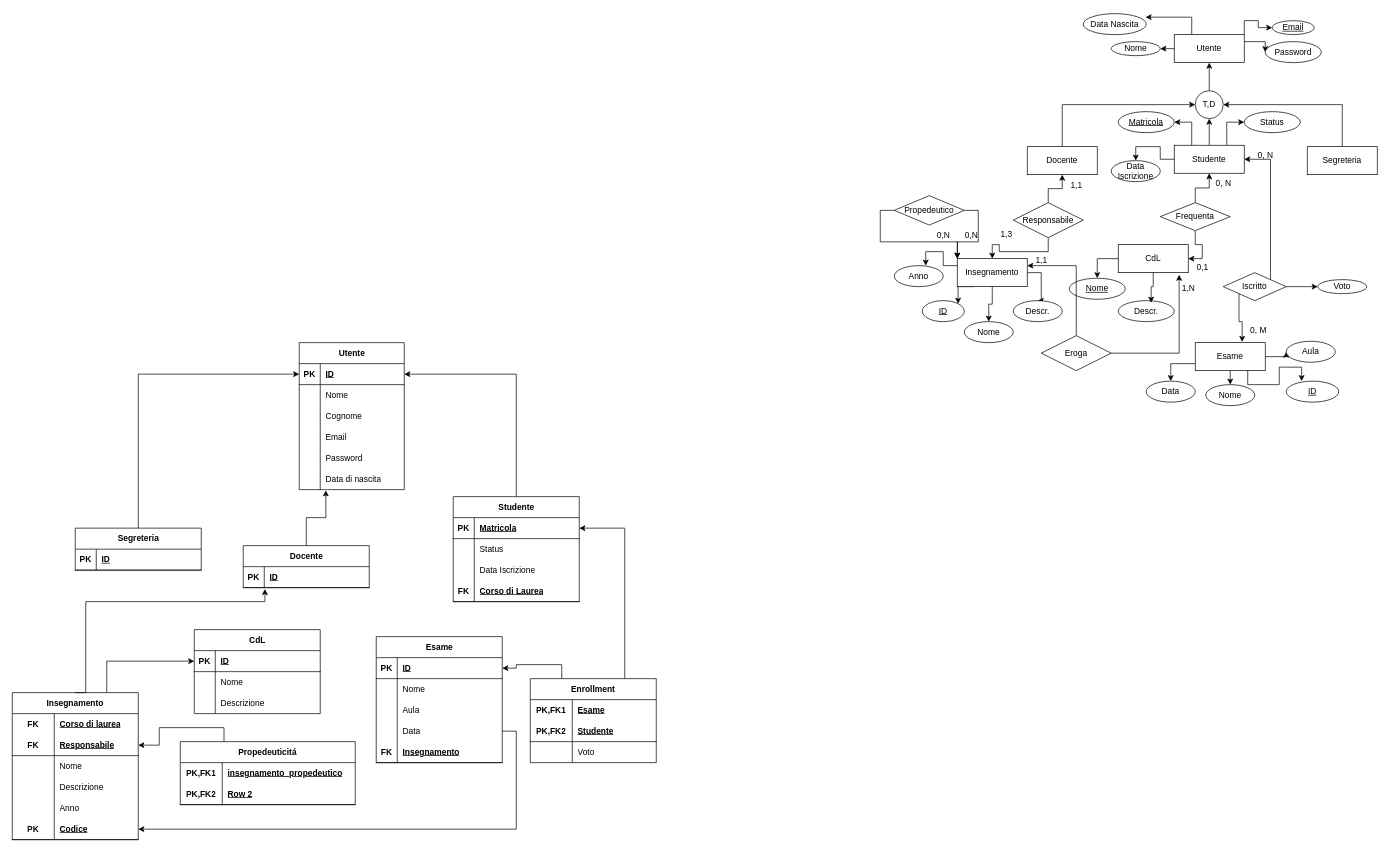
Before: docs/lampredotto.drawio in heph2/lampredotto, a draw.io diagram. Source tidied: cells renumbered, new cells numbered last; positions are measured from the earlier drawing's top-left corner, leaving out a move shared by most shapes. Both pictures are drawn from the tidied source at 70%, with x=0, y=0 at pixel (12, 13).
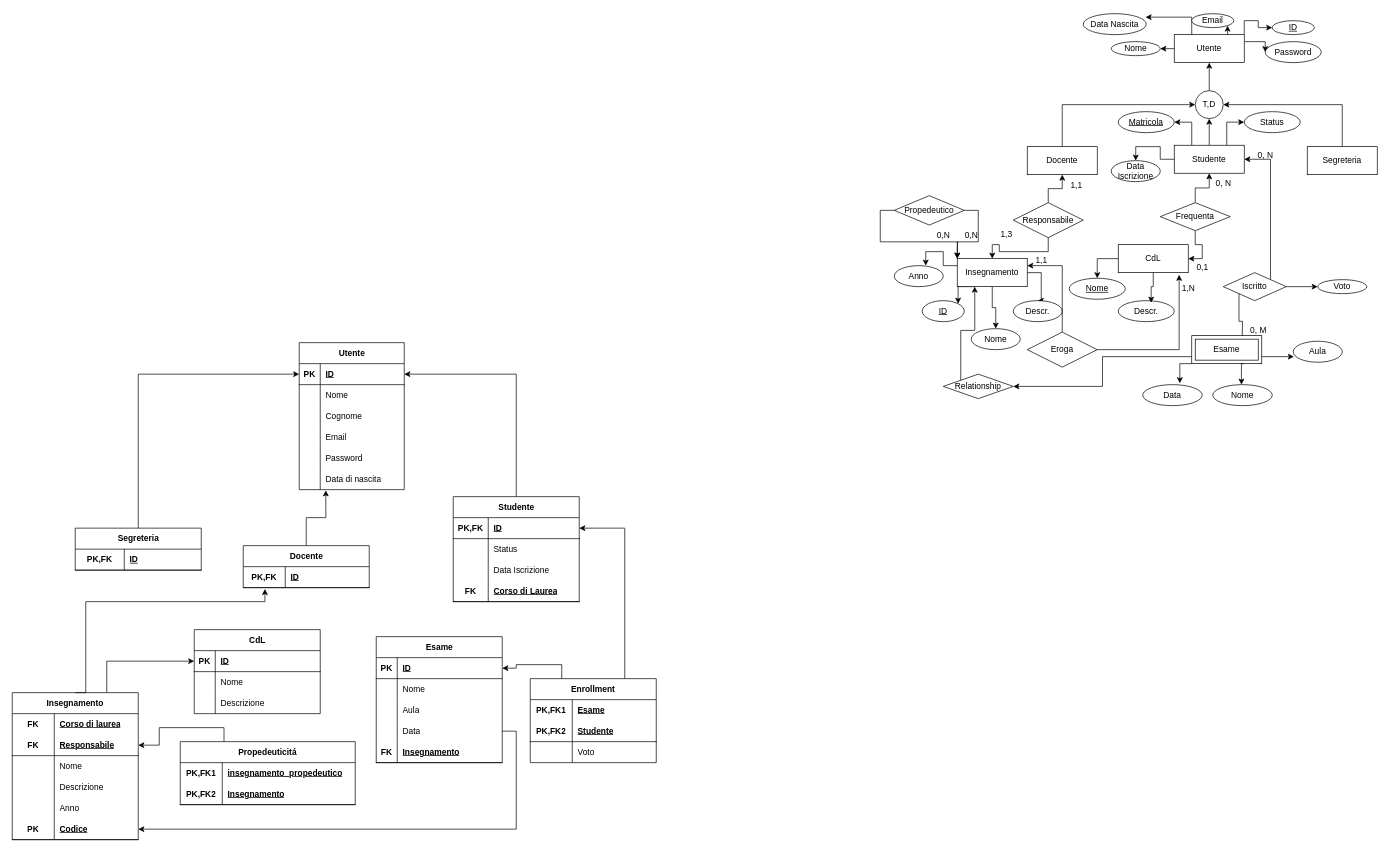
Above is the later version.

The change refers to these unchanged cells:
```xml
<mxCell id="5" value="&lt;div&gt;Utente&lt;/div&gt;" style="whiteSpace=wrap;html=1;align=center;" parent="1" vertex="1">
  <mxGeometry x="1660" y="30" width="100" height="40" as="geometry" />
</mxCell>
<mxCell id="18" value="&lt;div&gt;Insegnamento&lt;/div&gt;" style="whiteSpace=wrap;html=1;align=center;" parent="1" vertex="1">
  <mxGeometry x="1350" y="350" width="100" height="40" as="geometry" />
</mxCell>
<mxCell id="48" value="Iscritto" style="shape=rhombus;perimeter=rhombusPerimeter;whiteSpace=wrap;html=1;align=center;" parent="1" vertex="1">
  <mxGeometry x="1730" y="370" width="90" height="40" as="geometry" />
</mxCell>
<mxCell id="96" style="shape=tableRow;horizontal=0;startSize=0;swimlaneHead=0;swimlaneBody=0;fillColor=none;top=0;left=0;right=0;bottom=1;" parent="95" vertex="1">
  <mxGeometry y="30" width="180" height="30" as="geometry" />
</mxCell>
<mxCell id="100" style="shape=tableRow;horizontal=0;startSize=0;swimlaneHead=0;swimlaneBody=0;fillColor=none;points=[[0,0.5],[1,0.5]];portConstraint=eastwest;top=0;left=0;right=0;bottom=1;" parent="99" vertex="1">
  <mxGeometry y="30" width="180" height="30" as="geometry" />
</mxCell>
<mxCell id="105" style="shape=tableRow;horizontal=0;startSize=0;swimlaneHead=0;swimlaneBody=0;fillColor=none;points=[[0,0.5],[1,0.5]];portConstraint=eastwest;top=0;left=0;right=0;bottom=1;" parent="104" vertex="1">
  <mxGeometry y="30" width="180" height="30" as="geometry" />
</mxCell>
<mxCell id="108" style="shape=tableRow;horizontal=0;startSize=0;swimlaneHead=0;swimlaneBody=0;fillColor=none;top=0;left=0;right=0;bottom=0;" parent="104" vertex="1">
  <mxGeometry y="60" width="180" height="30" as="geometry" />
</mxCell>
<mxCell id="111" style="shape=tableRow;horizontal=0;startSize=0;swimlaneHead=0;swimlaneBody=0;fillColor=none;top=0;left=0;right=0;bottom=0;" parent="104" vertex="1">
  <mxGeometry y="90" width="180" height="30" as="geometry" />
</mxCell>
<mxCell id="114" style="shape=tableRow;horizontal=0;startSize=0;swimlaneHead=0;swimlaneBody=0;fillColor=none;top=0;left=0;right=0;bottom=1;" parent="104" vertex="1">
  <mxGeometry y="120" width="180" height="30" as="geometry" />
</mxCell>
<mxCell id="183" style="shape=tableRow;horizontal=0;startSize=0;swimlaneHead=0;swimlaneBody=0;fillColor=none;top=0;left=0;right=0;bottom=1;html=1;" parent="179" vertex="1">
  <mxGeometry y="60" width="250" height="30" as="geometry" />
</mxCell>
```

Diff of the diagram source:
```diff
@@
+    <mxCell id="186" style="edgeStyle=orthogonalEdgeStyle;rounded=0;jettySize=auto;html=1;exitX=0.75;exitY=0;exitDx=0;exitDy=0;entryX=1;entryY=1;entryDx=0;entryDy=0;" parent="1" edge="1" source="5" target="187">
+      <mxGeometry relative="1" as="geometry" />
+    </mxCell>
@@
-    <mxCell id="21" style="edgeStyle=orthogonalEdgeStyle;rounded=0;jettySize=auto;html=1;exitX=1;exitY=0.5;exitDx=0;exitDy=0;entryX=0;entryY=0.5;entryDx=0;entryDy=0;" parent="1" edge="1" source="24" target="72">
-      <mxGeometry relative="1" as="geometry" />
-    </mxCell>
-    <mxCell id="22" style="edgeStyle=orthogonalEdgeStyle;rounded=0;jettySize=auto;html=1;exitX=0.5;exitY=1;exitDx=0;exitDy=0;entryX=0.5;entryY=0;entryDx=0;entryDy=0;" parent="1" edge="1" source="24" target="70">
-      <mxGeometry relative="1" as="geometry" />
-    </mxCell>
-    <mxCell id="23" style="edgeStyle=orthogonalEdgeStyle;rounded=0;jettySize=auto;html=1;exitX=0;exitY=0.75;exitDx=0;exitDy=0;entryX=0.5;entryY=0;entryDx=0;entryDy=0;" parent="1" edge="1" source="24" target="71">
-      <mxGeometry relative="1" as="geometry" />
-    </mxCell>
-    <mxCell id="24" value="&lt;div&gt;Esame&lt;/div&gt;" style="whiteSpace=wrap;html=1;align=center;" parent="1" vertex="1">
-      <mxGeometry x="1690" y="470" width="100" height="40" as="geometry" />
-    </mxCell>
@@
     <mxCell id="33" value="Nome" style="ellipse;whiteSpace=wrap;html=1;align=center;" parent="1" vertex="1">
-      <mxGeometry x="1360" y="440" width="70" height="30" as="geometry" />
+      <mxGeometry x="1370" y="450" width="70" height="30" as="geometry" />
     </mxCell>
@@
-    <mxCell id="44" value="Email" style="ellipse;whiteSpace=wrap;html=1;align=center;fontStyle=4;" parent="1" vertex="1">
+    <mxCell id="44" value="ID" style="ellipse;whiteSpace=wrap;html=1;align=center;fontStyle=4;" parent="1" vertex="1">
       <mxGeometry x="1800" y="10" width="60" height="20" as="geometry" />
     </mxCell>
@@
-    <mxCell id="49" style="edgeStyle=orthogonalEdgeStyle;rounded=0;jettySize=auto;html=1;exitX=0;exitY=1;exitDx=0;exitDy=0;entryX=0.67;entryY=-0.025;entryDx=0;entryDy=0;entryPerimeter=0;" parent="1" edge="1" source="48" target="24">
-      <mxGeometry relative="1" as="geometry" />
+    <mxCell id="49" style="edgeStyle=orthogonalEdgeStyle;rounded=0;jettySize=auto;html=1;exitX=0;exitY=1;exitDx=0;exitDy=0;entryX=0.67;entryY=-0.025;entryDx=0;entryDy=0;entryPerimeter=0;" parent="1" edge="1" source="48">
+      <mxGeometry relative="1" as="geometry">
+        <mxPoint x="1757" y="469" as="targetPoint" />
+      </mxGeometry>
     </mxCell>
@@
     <mxCell id="59" value="Eroga" style="shape=rhombus;perimeter=rhombusPerimeter;whiteSpace=wrap;html=1;align=center;" parent="1" vertex="1">
-      <mxGeometry x="1470" y="460" width="100" height="50" as="geometry" />
+      <mxGeometry x="1450" y="455" width="100" height="50" as="geometry" />
     </mxCell>
@@
-    <mxCell id="69" value="ID" style="ellipse;whiteSpace=wrap;html=1;align=center;fontStyle=4;" parent="1" vertex="1">
-      <mxGeometry x="1820" y="525" width="75" height="30" as="geometry" />
-    </mxCell>
-    <mxCell id="70" value="Nome" style="ellipse;whiteSpace=wrap;html=1;align=center;" parent="1" vertex="1">
-      <mxGeometry x="1705" y="530" width="70" height="30" as="geometry" />
-    </mxCell>
-    <mxCell id="71" value="Data" style="ellipse;whiteSpace=wrap;html=1;align=center;" parent="1" vertex="1">
-      <mxGeometry x="1620" y="525" width="70" height="30" as="geometry" />
-    </mxCell>
     <mxCell id="72" value="Aula" style="ellipse;whiteSpace=wrap;html=1;align=center;" parent="1" vertex="1">
-      <mxGeometry x="1820" y="468" width="70" height="30" as="geometry" />
+      <mxGeometry x="1830" y="468" width="70" height="30" as="geometry" />
     </mxCell>
-    <mxCell id="73" style="edgeStyle=orthogonalEdgeStyle;rounded=0;jettySize=auto;html=1;exitX=0.75;exitY=1;exitDx=0;exitDy=0;entryX=0.293;entryY=0;entryDx=0;entryDy=0;entryPerimeter=0;" parent="1" edge="1" source="24" target="69">
-      <mxGeometry relative="1" as="geometry" />
-    </mxCell>
@@
-    <mxCell id="97" value="PK" style="shape=partialRectangle;fillColor=none;top=0;left=0;bottom=0;right=0;fontStyle=1;overflow=hidden;whiteSpace=wrap;html=1;" parent="96" vertex="1">
-      <mxGeometry width="30" height="30" as="geometry" />
+    <mxCell id="97" value="PK,FK" style="shape=partialRectangle;fillColor=none;top=0;left=0;bottom=0;right=0;fontStyle=1;overflow=hidden;whiteSpace=wrap;html=1;" parent="96" vertex="1">
+      <mxGeometry width="70" height="30" as="geometry" />
     </mxCell>
     <mxCell id="98" value="ID" style="shape=partialRectangle;fillColor=none;top=0;left=0;bottom=0;right=0;align=left;spacingLeft=6;fontStyle=5;overflow=hidden;whiteSpace=wrap;html=1;" parent="96" vertex="1">
-      <mxGeometry x="30" width="150" height="30" as="geometry" />
+      <mxGeometry x="70" width="110" height="30" as="geometry" />
     </mxCell>
@@
-    <mxCell id="101" value="PK" style="shape=partialRectangle;fillColor=none;top=0;left=0;bottom=0;right=0;fontStyle=1;overflow=hidden;whiteSpace=wrap;html=1;" parent="100" vertex="1">
-      <mxGeometry width="30" height="30" as="geometry" />
+    <mxCell id="101" value="PK,FK" style="shape=partialRectangle;fillColor=none;top=0;left=0;bottom=0;right=0;fontStyle=1;overflow=hidden;whiteSpace=wrap;html=1;" parent="100" vertex="1">
+      <mxGeometry width="60" height="30" as="geometry" />
     </mxCell>
     <mxCell id="102" value="ID" style="shape=partialRectangle;fillColor=none;top=0;left=0;bottom=0;right=0;align=left;spacingLeft=6;fontStyle=5;overflow=hidden;whiteSpace=wrap;html=1;" parent="100" vertex="1">
-      <mxGeometry x="30" width="150" height="30" as="geometry" />
+      <mxGeometry x="60" width="120" height="30" as="geometry" />
     </mxCell>
@@
-    <mxCell id="106" value="PK" style="shape=partialRectangle;fillColor=none;top=0;left=0;bottom=0;right=0;fontStyle=1;overflow=hidden;whiteSpace=wrap;html=1;" parent="105" vertex="1">
-      <mxGeometry width="30" height="30" as="geometry" />
+    <mxCell id="106" value="PK,FK" style="shape=partialRectangle;fillColor=none;top=0;left=0;bottom=0;right=0;fontStyle=1;overflow=hidden;whiteSpace=wrap;html=1;" parent="105" vertex="1">
+      <mxGeometry width="50" height="30" as="geometry" />
     </mxCell>
-    <mxCell id="107" value="Matricola" style="shape=partialRectangle;fillColor=none;top=0;left=0;bottom=0;right=0;align=left;spacingLeft=6;fontStyle=5;overflow=hidden;whiteSpace=wrap;html=1;" parent="105" vertex="1">
-      <mxGeometry x="30" width="150" height="30" as="geometry" />
+    <mxCell id="107" value="ID" style="shape=partialRectangle;fillColor=none;top=0;left=0;bottom=0;right=0;align=left;spacingLeft=6;fontStyle=5;overflow=hidden;whiteSpace=wrap;html=1;" parent="105" vertex="1">
+      <mxGeometry x="50" width="130" height="30" as="geometry" />
     </mxCell>
@@
     <mxCell id="109" style="shape=partialRectangle;fillColor=none;top=0;left=0;bottom=0;right=0;overflow=hidden;whiteSpace=wrap;html=1;" parent="108" vertex="1">
-      <mxGeometry width="30" height="30" as="geometry" />
+      <mxGeometry width="50" height="30" as="geometry" />
     </mxCell>
     <mxCell id="110" value="Status" style="shape=partialRectangle;fillColor=none;top=0;left=0;bottom=0;right=0;align=left;spacingLeft=6;overflow=hidden;whiteSpace=wrap;html=1;" parent="108" vertex="1">
-      <mxGeometry x="30" width="150" height="30" as="geometry" />
+      <mxGeometry x="50" width="130" height="30" as="geometry" />
     </mxCell>
@@
     <mxCell id="112" style="shape=partialRectangle;fillColor=none;top=0;left=0;bottom=0;right=0;overflow=hidden;whiteSpace=wrap;html=1;" parent="111" vertex="1">
-      <mxGeometry width="30" height="30" as="geometry" />
+      <mxGeometry width="50" height="30" as="geometry" />
     </mxCell>
     <mxCell id="113" value="Data Iscrizione" style="shape=partialRectangle;fillColor=none;top=0;left=0;bottom=0;right=0;align=left;spacingLeft=6;overflow=hidden;whiteSpace=wrap;html=1;" parent="111" vertex="1">
-      <mxGeometry x="30" width="150" height="30" as="geometry" />
+      <mxGeometry x="50" width="130" height="30" as="geometry" />
     </mxCell>
@@
     <mxCell id="115" value="FK" style="shape=partialRectangle;fillColor=none;top=0;left=0;bottom=0;right=0;fontStyle=1;overflow=hidden;whiteSpace=wrap;html=1;" parent="114" vertex="1">
-      <mxGeometry width="30" height="30" as="geometry" />
+      <mxGeometry width="50" height="30" as="geometry" />
     </mxCell>
     <mxCell id="116" value="Corso di Laurea" style="shape=partialRectangle;fillColor=none;top=0;left=0;bottom=0;right=0;align=left;spacingLeft=6;fontStyle=5;overflow=hidden;whiteSpace=wrap;html=1;" parent="114" vertex="1">
-      <mxGeometry x="30" width="150" height="30" as="geometry" />
+      <mxGeometry x="50" width="130" height="30" as="geometry" />
     </mxCell>
@@
-    <mxCell id="185" value="Row 2" style="shape=partialRectangle;fillColor=none;top=0;left=0;bottom=0;right=0;align=left;spacingLeft=6;fontStyle=5;overflow=hidden;html=1;whiteSpace=wrap;" parent="183" vertex="1">
+    <mxCell id="185" value="Insegnamento" style="shape=partialRectangle;fillColor=none;top=0;left=0;bottom=0;right=0;align=left;spacingLeft=6;fontStyle=5;overflow=hidden;html=1;whiteSpace=wrap;" parent="183" vertex="1">
       <mxGeometry x="60" width="190" height="30" as="geometry" />
     </mxCell>
+    <mxCell id="187" value="Email" style="ellipse;whiteSpace=wrap;html=1;align=center;" parent="1" vertex="1">
+      <mxGeometry x="1685" width="60" height="20" as="geometry" />
+    </mxCell>
+    <mxCell id="188" style="edgeStyle=orthogonalEdgeStyle;rounded=0;jettySize=auto;html=1;exitX=0;exitY=0;exitDx=0;exitDy=0;entryX=0.25;entryY=1;entryDx=0;entryDy=0;" parent="1" edge="1" source="189" target="18">
+      <mxGeometry relative="1" as="geometry" />
+    </mxCell>
+    <mxCell id="189" value="Relationship" style="shape=rhombus;perimeter=rhombusPerimeter;whiteSpace=wrap;html=1;align=center;" parent="1" vertex="1">
+      <mxGeometry x="1330" y="515" width="100" height="35" as="geometry" />
+    </mxCell>
+    <mxCell id="190" style="edgeStyle=orthogonalEdgeStyle;rounded=0;jettySize=auto;html=1;exitX=0;exitY=0.75;exitDx=0;exitDy=0;entryX=1;entryY=0.5;entryDx=0;entryDy=0;" parent="1" edge="1" source="24" target="189">
+      <mxGeometry relative="1" as="geometry" />
+    </mxCell>
+    <mxCell id="24" value="Esame" style="shape=ext;margin=3;double=1;whiteSpace=wrap;html=1;align=center;" parent="1" vertex="1">
+      <mxGeometry x="1685" y="460" width="100" height="40" as="geometry" />
+    </mxCell>
+    <mxCell id="21" style="edgeStyle=orthogonalEdgeStyle;rounded=0;jettySize=auto;html=1;exitX=1;exitY=0.75;exitDx=0;exitDy=0;entryX=0.014;entryY=0.733;entryDx=0;entryDy=0;entryPerimeter=0;" parent="1" edge="1" source="24" target="72">
+      <mxGeometry relative="1" as="geometry" />
+    </mxCell>
+    <mxCell id="191" style="edgeStyle=orthogonalEdgeStyle;rounded=0;jettySize=auto;html=1;exitX=0.75;exitY=1;exitDx=0;exitDy=0;entryX=0.729;entryY=0;entryDx=0;entryDy=0;entryPerimeter=0;" parent="1" edge="1" source="24">
+      <mxGeometry relative="1" as="geometry">
+        <mxPoint x="1756" y="530" as="targetPoint" />
+      </mxGeometry>
+    </mxCell>
+    <mxCell id="192" style="edgeStyle=orthogonalEdgeStyle;rounded=0;jettySize=auto;html=1;exitX=0;exitY=1;exitDx=0;exitDy=0;entryX=0.686;entryY=0.1;entryDx=0;entryDy=0;entryPerimeter=0;" parent="1" edge="1" source="24">
+      <mxGeometry relative="1" as="geometry">
+        <mxPoint x="1668" y="528" as="targetPoint" />
+      </mxGeometry>
+    </mxCell>
+    <mxCell id="71" value="Data" style="ellipse;whiteSpace=wrap;html=1;align=center;" parent="1" vertex="1">
+      <mxGeometry x="1615" y="530" width="85" height="30" as="geometry" />
+    </mxCell>
+    <mxCell id="70" value="Nome" style="ellipse;whiteSpace=wrap;html=1;align=center;" parent="1" vertex="1">
+      <mxGeometry x="1715" y="530" width="85" height="30" as="geometry" />
+    </mxCell>
```
